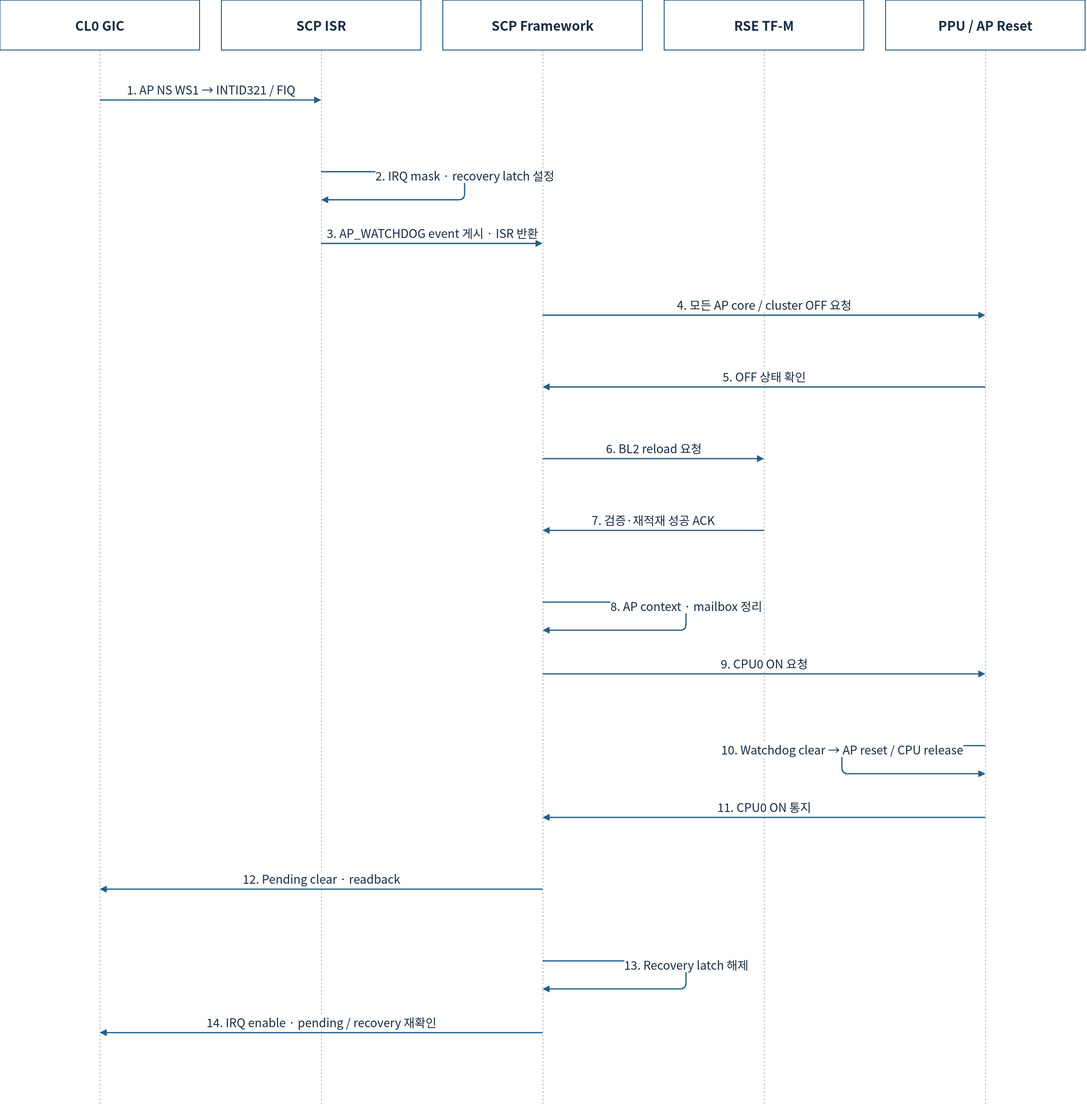
The draw.io diagram doc/phase1/watchdog/diagrams/11-recovery-sequence.drawio.svg in cometzero/project-apollo, before a commit. Source tidied: cells renumbered, new cells last; positions are measured from the earlier drawing's top-left corner, leaving out a move shared by most shapes.
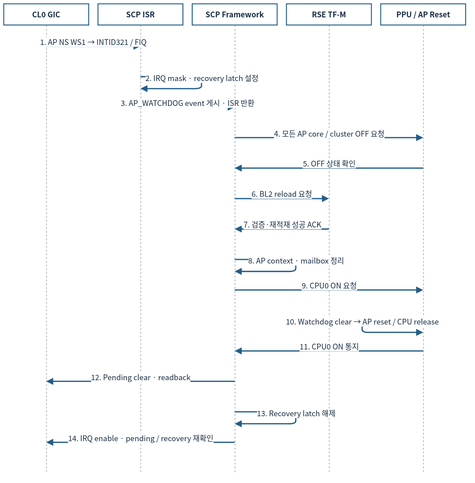
The same diagram one commit later.

Diff of the diagram source:
```diff
@@ -2,163 +2,163 @@
   <root>
     <mxCell id="0" />
     <mxCell id="1" parent="0" />
-    <mxCell id="2" value="CL0 GIC" style="rounded=0;whiteSpace=wrap;html=1;fillColor=#FFFFFF;strokeColor=#235D86;strokeWidth=1.5;fontColor=#172C43;fontFamily=Noto Sans CJK KR;fontSize=22;spacing=10;fontSize=21;fontStyle=1;" parent="1" vertex="1">
-      <mxGeometry width="320" height="80" as="geometry" />
+    <mxCell id="2" value="CL0 GIC" style="rounded=0;whiteSpace=wrap;html=1;fillColor=#FFFFFF;strokeColor=#235D86;strokeWidth=1.5;fontColor=#172C43;fontFamily=Noto Sans CJK KR;fontStyle=1;fontSize=12;spacing=3;whiteSpace=wrap;" parent="1" vertex="1">
+      <mxGeometry x="-18" y="-128" width="136.1" height="34" as="geometry" />
     </mxCell>
-    <mxCell id="3" style="endArrow=none;dashed=1;strokeColor=#94A3B8;" parent="1" edge="1">
+    <mxCell id="3" style="endArrow=none;dashed=1;strokeColor=#94A3B8;fontSize=12;spacing=3;whiteSpace=nowrap;" parent="1" edge="1">
       <mxGeometry relative="1" as="geometry">
-        <mxPoint x="160" y="80" as="sourcePoint" />
-        <mxPoint x="160" y="1770" as="targetPoint" />
+        <mxPoint x="50" y="-94" as="sourcePoint" />
+        <mxPoint x="50" y="624.8" as="targetPoint" />
       </mxGeometry>
     </mxCell>
-    <mxCell id="4" value="SCP ISR" style="rounded=0;whiteSpace=wrap;html=1;fillColor=#FFFFFF;strokeColor=#235D86;strokeWidth=1.5;fontColor=#172C43;fontFamily=Noto Sans CJK KR;fontSize=22;spacing=10;fontSize=21;fontStyle=1;" parent="1" vertex="1">
-      <mxGeometry x="355" width="320" height="80" as="geometry" />
+    <mxCell id="4" value="SCP ISR" style="rounded=0;whiteSpace=wrap;html=1;fillColor=#FFFFFF;strokeColor=#235D86;strokeWidth=1.5;fontColor=#172C43;fontFamily=Noto Sans CJK KR;fontStyle=1;fontSize=12;spacing=3;whiteSpace=wrap;" parent="1" vertex="1">
+      <mxGeometry x="133" y="-128" width="136.1" height="34" as="geometry" />
     </mxCell>
-    <mxCell id="5" style="endArrow=none;dashed=1;strokeColor=#94A3B8;" parent="1" edge="1">
+    <mxCell id="5" style="endArrow=none;dashed=1;strokeColor=#94A3B8;fontSize=12;spacing=3;whiteSpace=nowrap;" parent="1" edge="1">
       <mxGeometry relative="1" as="geometry">
-        <mxPoint x="515" y="80" as="sourcePoint" />
-        <mxPoint x="515" y="1770" as="targetPoint" />
+        <mxPoint x="201" y="-94" as="sourcePoint" />
+        <mxPoint x="201" y="624.8" as="targetPoint" />
       </mxGeometry>
     </mxCell>
-    <mxCell id="6" value="SCP Framework" style="rounded=0;whiteSpace=wrap;html=1;fillColor=#FFFFFF;strokeColor=#235D86;strokeWidth=1.5;fontColor=#172C43;fontFamily=Noto Sans CJK KR;fontSize=22;spacing=10;fontSize=21;fontStyle=1;" parent="1" vertex="1">
-      <mxGeometry x="710" width="320" height="80" as="geometry" />
+    <mxCell id="6" value="SCP Framework" style="rounded=0;whiteSpace=wrap;html=1;fillColor=#FFFFFF;strokeColor=#235D86;strokeWidth=1.5;fontColor=#172C43;fontFamily=Noto Sans CJK KR;fontStyle=1;fontSize=12;spacing=3;whiteSpace=wrap;" parent="1" vertex="1">
+      <mxGeometry x="283.9" y="-128" width="136.1" height="34" as="geometry" />
     </mxCell>
-    <mxCell id="7" style="endArrow=none;dashed=1;strokeColor=#94A3B8;" parent="1" edge="1">
+    <mxCell id="7" style="endArrow=none;dashed=1;strokeColor=#94A3B8;fontSize=12;spacing=3;whiteSpace=nowrap;" parent="1" edge="1">
       <mxGeometry relative="1" as="geometry">
-        <mxPoint x="870" y="80" as="sourcePoint" />
-        <mxPoint x="870" y="1770" as="targetPoint" />
+        <mxPoint x="352" y="-94" as="sourcePoint" />
+        <mxPoint x="352" y="624.8" as="targetPoint" />
       </mxGeometry>
     </mxCell>
-    <mxCell id="8" value="RSE TF-M" style="rounded=0;whiteSpace=wrap;html=1;fillColor=#FFFFFF;strokeColor=#235D86;strokeWidth=1.5;fontColor=#172C43;fontFamily=Noto Sans CJK KR;fontSize=22;spacing=10;fontSize=21;fontStyle=1;" parent="1" vertex="1">
-      <mxGeometry x="1065" width="320" height="80" as="geometry" />
+    <mxCell id="8" value="RSE TF-M" style="rounded=0;whiteSpace=wrap;html=1;fillColor=#FFFFFF;strokeColor=#235D86;strokeWidth=1.5;fontColor=#172C43;fontFamily=Noto Sans CJK KR;fontStyle=1;fontSize=12;spacing=3;whiteSpace=wrap;" parent="1" vertex="1">
+      <mxGeometry x="434.9" y="-128" width="136.1" height="34" as="geometry" />
     </mxCell>
-    <mxCell id="9" style="endArrow=none;dashed=1;strokeColor=#94A3B8;" parent="1" edge="1">
+    <mxCell id="9" style="endArrow=none;dashed=1;strokeColor=#94A3B8;fontSize=12;spacing=3;whiteSpace=nowrap;" parent="1" edge="1">
       <mxGeometry relative="1" as="geometry">
-        <mxPoint x="1225" y="80" as="sourcePoint" />
-        <mxPoint x="1225" y="1770" as="targetPoint" />
+        <mxPoint x="503" y="-94" as="sourcePoint" />
+        <mxPoint x="503" y="624.8" as="targetPoint" />
       </mxGeometry>
     </mxCell>
-    <mxCell id="10" value="PPU / AP Reset" style="rounded=0;whiteSpace=wrap;html=1;fillColor=#FFFFFF;strokeColor=#235D86;strokeWidth=1.5;fontColor=#172C43;fontFamily=Noto Sans CJK KR;fontSize=22;spacing=10;fontSize=21;fontStyle=1;" parent="1" vertex="1">
-      <mxGeometry x="1420" width="320" height="80" as="geometry" />
+    <mxCell id="10" value="PPU / AP Reset" style="rounded=0;whiteSpace=wrap;html=1;fillColor=#FFFFFF;strokeColor=#235D86;strokeWidth=1.5;fontColor=#172C43;fontFamily=Noto Sans CJK KR;fontStyle=1;fontSize=12;spacing=3;whiteSpace=wrap;" parent="1" vertex="1">
+      <mxGeometry x="585.9" y="-128" width="136.1" height="34" as="geometry" />
     </mxCell>
-    <mxCell id="11" style="endArrow=none;dashed=1;strokeColor=#94A3B8;" parent="1" edge="1">
+    <mxCell id="11" style="endArrow=none;dashed=1;strokeColor=#94A3B8;fontSize=12;spacing=3;whiteSpace=nowrap;" parent="1" edge="1">
       <mxGeometry relative="1" as="geometry">
-        <mxPoint x="1580" y="80" as="sourcePoint" />
-        <mxPoint x="1580" y="1770" as="targetPoint" />
+        <mxPoint x="654" y="-94" as="sourcePoint" />
+        <mxPoint x="654" y="624.8" as="targetPoint" />
       </mxGeometry>
     </mxCell>
-    <mxCell id="12" value="1. AP NS WS1 → INTID321 / FIQ" style="edgeStyle=none;html=1;endArrow=block;strokeColor=#235D86;strokeWidth=2;fontColor=#172C43;fontFamily=Noto Sans CJK KR;fontSize=19;labelBackgroundColor=#FFFFFF;" parent="1" edge="1">
+    <mxCell id="12" value="1. AP NS WS1 → INTID321 / FIQ" style="edgeStyle=none;html=1;endArrow=block;strokeColor=#235D86;strokeWidth=2;fontColor=#172C43;fontFamily=Noto Sans CJK KR;labelBackgroundColor=#FFFFFF;fontSize=12;spacing=3;whiteSpace=nowrap;" parent="1" edge="1">
       <mxGeometry relative="1" as="geometry">
-        <mxPoint x="160" y="160" as="sourcePoint" />
-        <mxPoint x="515" y="160" as="targetPoint" />
-        <mxPoint y="-17" as="offset" />
+        <mxPoint x="50" y="-60" as="sourcePoint" />
+        <mxPoint x="201" y="-60" as="targetPoint" />
+        <mxPoint y="-7.2" as="offset" />
       </mxGeometry>
     </mxCell>
-    <mxCell id="13" value="2. IRQ mask · recovery latch 설정" style="edgeStyle=none;html=1;endArrow=block;strokeColor=#235D86;strokeWidth=2;fontColor=#172C43;fontFamily=Noto Sans CJK KR;fontSize=19;labelBackgroundColor=#FFFFFF;" parent="1" edge="1">
+    <mxCell id="13" value="2. IRQ mask · recovery latch 설정" style="edgeStyle=none;html=1;endArrow=block;strokeColor=#235D86;strokeWidth=2;fontColor=#172C43;fontFamily=Noto Sans CJK KR;labelBackgroundColor=#FFFFFF;fontSize=12;spacing=3;whiteSpace=nowrap;" parent="1" edge="1">
       <mxGeometry relative="1" as="geometry">
-        <mxPoint x="515" y="275" as="sourcePoint" />
-        <mxPoint x="515" y="320" as="targetPoint" />
+        <mxPoint x="201" y="-11.1" as="sourcePoint" />
+        <mxPoint x="201" y="8.1" as="targetPoint" />
         <Array as="points">
-          <mxPoint x="745" y="275" />
-          <mxPoint x="745" y="320" />
+          <mxPoint x="298.8" y="-11.1" />
+          <mxPoint x="298.8" y="8.1" />
         </Array>
-        <mxPoint y="-17" as="offset" />
+        <mxPoint y="-7.2" as="offset" />
       </mxGeometry>
     </mxCell>
-    <mxCell id="14" value="3. AP_WATCHDOG event 게시 · ISR 반환" style="edgeStyle=none;html=1;endArrow=block;strokeColor=#235D86;strokeWidth=2;fontColor=#172C43;fontFamily=Noto Sans CJK KR;fontSize=19;labelBackgroundColor=#FFFFFF;" parent="1" edge="1">
+    <mxCell id="14" value="3. AP_WATCHDOG event 게시 · ISR 반환" style="edgeStyle=none;html=1;endArrow=block;strokeColor=#235D86;strokeWidth=2;fontColor=#172C43;fontFamily=Noto Sans CJK KR;labelBackgroundColor=#FFFFFF;fontSize=12;spacing=3;whiteSpace=nowrap;" parent="1" edge="1">
       <mxGeometry relative="1" as="geometry">
-        <mxPoint x="515" y="390" as="sourcePoint" />
-        <mxPoint x="870" y="390" as="targetPoint" />
-        <mxPoint y="-17" as="offset" />
+        <mxPoint x="201" y="37.9" as="sourcePoint" />
+        <mxPoint x="352" y="37.9" as="targetPoint" />
+        <mxPoint y="-7.2" as="offset" />
       </mxGeometry>
     </mxCell>
-    <mxCell id="15" value="4. 모든 AP core / cluster OFF 요청" style="edgeStyle=none;html=1;endArrow=block;strokeColor=#235D86;strokeWidth=2;fontColor=#172C43;fontFamily=Noto Sans CJK KR;fontSize=19;labelBackgroundColor=#FFFFFF;" parent="1" edge="1">
+    <mxCell id="15" value="4. 모든 AP core / cluster OFF 요청" style="edgeStyle=none;html=1;endArrow=block;strokeColor=#235D86;strokeWidth=2;fontColor=#172C43;fontFamily=Noto Sans CJK KR;labelBackgroundColor=#FFFFFF;fontSize=12;spacing=3;whiteSpace=nowrap;" parent="1" edge="1">
       <mxGeometry relative="1" as="geometry">
-        <mxPoint x="870" y="505" as="sourcePoint" />
-        <mxPoint x="1580" y="505" as="targetPoint" />
-        <mxPoint y="-17" as="offset" />
+        <mxPoint x="352" y="86.8" as="sourcePoint" />
+        <mxPoint x="654" y="86.8" as="targetPoint" />
+        <mxPoint y="-7.2" as="offset" />
       </mxGeometry>
     </mxCell>
-    <mxCell id="16" value="5. OFF 상태 확인" style="edgeStyle=none;html=1;endArrow=block;strokeColor=#235D86;strokeWidth=2;fontColor=#172C43;fontFamily=Noto Sans CJK KR;fontSize=19;labelBackgroundColor=#FFFFFF;" parent="1" edge="1">
+    <mxCell id="16" value="5. OFF 상태 확인" style="edgeStyle=none;html=1;endArrow=block;strokeColor=#235D86;strokeWidth=2;fontColor=#172C43;fontFamily=Noto Sans CJK KR;labelBackgroundColor=#FFFFFF;fontSize=12;spacing=3;whiteSpace=nowrap;" parent="1" edge="1">
       <mxGeometry relative="1" as="geometry">
-        <mxPoint x="1580" y="620" as="sourcePoint" />
-        <mxPoint x="870" y="620" as="targetPoint" />
-        <mxPoint y="-17" as="offset" />
+        <mxPoint x="654" y="135.7" as="sourcePoint" />
+        <mxPoint x="352" y="135.7" as="targetPoint" />
+        <mxPoint y="-7.2" as="offset" />
       </mxGeometry>
     </mxCell>
-    <mxCell id="17" value="6. BL2 reload 요청" style="edgeStyle=none;html=1;endArrow=block;strokeColor=#235D86;strokeWidth=2;fontColor=#172C43;fontFamily=Noto Sans CJK KR;fontSize=19;labelBackgroundColor=#FFFFFF;" parent="1" edge="1">
+    <mxCell id="17" value="6. BL2 reload 요청" style="edgeStyle=none;html=1;endArrow=block;strokeColor=#235D86;strokeWidth=2;fontColor=#172C43;fontFamily=Noto Sans CJK KR;labelBackgroundColor=#FFFFFF;fontSize=12;spacing=3;whiteSpace=nowrap;" parent="1" edge="1">
       <mxGeometry relative="1" as="geometry">
-        <mxPoint x="870" y="735" as="sourcePoint" />
-        <mxPoint x="1225" y="735" as="targetPoint" />
-        <mxPoint y="-17" as="offset" />
+        <mxPoint x="352" y="184.6" as="sourcePoint" />
+        <mxPoint x="503" y="184.6" as="targetPoint" />
+        <mxPoint y="-7.2" as="offset" />
       </mxGeometry>
     </mxCell>
-    <mxCell id="18" value="7. 검증·재적재 성공 ACK" style="edgeStyle=none;html=1;endArrow=block;strokeColor=#235D86;strokeWidth=2;fontColor=#172C43;fontFamily=Noto Sans CJK KR;fontSize=19;labelBackgroundColor=#FFFFFF;" parent="1" edge="1">
+    <mxCell id="18" value="7. 검증·재적재 성공 ACK" style="edgeStyle=none;html=1;endArrow=block;strokeColor=#235D86;strokeWidth=2;fontColor=#172C43;fontFamily=Noto Sans CJK KR;labelBackgroundColor=#FFFFFF;fontSize=12;spacing=3;whiteSpace=nowrap;" parent="1" edge="1">
       <mxGeometry relative="1" as="geometry">
-        <mxPoint x="1225" y="850" as="sourcePoint" />
-        <mxPoint x="870" y="850" as="targetPoint" />
-        <mxPoint y="-17" as="offset" />
+        <mxPoint x="503" y="233.5" as="sourcePoint" />
+        <mxPoint x="352" y="233.5" as="targetPoint" />
+        <mxPoint y="-7.2" as="offset" />
       </mxGeometry>
     </mxCell>
-    <mxCell id="19" value="8. AP context · mailbox 정리" style="edgeStyle=none;html=1;endArrow=block;strokeColor=#235D86;strokeWidth=2;fontColor=#172C43;fontFamily=Noto Sans CJK KR;fontSize=19;labelBackgroundColor=#FFFFFF;" parent="1" edge="1">
+    <mxCell id="19" value="8. AP context · mailbox 정리" style="edgeStyle=none;html=1;endArrow=block;strokeColor=#235D86;strokeWidth=2;fontColor=#172C43;fontFamily=Noto Sans CJK KR;labelBackgroundColor=#FFFFFF;fontSize=12;spacing=3;whiteSpace=nowrap;" parent="1" edge="1">
       <mxGeometry relative="1" as="geometry">
-        <mxPoint x="870" y="965" as="sourcePoint" />
-        <mxPoint x="870" y="1010" as="targetPoint" />
+        <mxPoint x="352" y="282.4" as="sourcePoint" />
+        <mxPoint x="352" y="301.5" as="targetPoint" />
         <Array as="points">
-          <mxPoint x="1100" y="965" />
-          <mxPoint x="1100" y="1010" />
+          <mxPoint x="449.8" y="282.4" />
+          <mxPoint x="449.8" y="301.5" />
         </Array>
-        <mxPoint y="-17" as="offset" />
+        <mxPoint y="-7.2" as="offset" />
       </mxGeometry>
     </mxCell>
-    <mxCell id="20" value="9. CPU0 ON 요청" style="edgeStyle=none;html=1;endArrow=block;strokeColor=#235D86;strokeWidth=2;fontColor=#172C43;fontFamily=Noto Sans CJK KR;fontSize=19;labelBackgroundColor=#FFFFFF;" parent="1" edge="1">
+    <mxCell id="20" value="9. CPU0 ON 요청" style="edgeStyle=none;html=1;endArrow=block;strokeColor=#235D86;strokeWidth=2;fontColor=#172C43;fontFamily=Noto Sans CJK KR;labelBackgroundColor=#FFFFFF;fontSize=12;spacing=3;whiteSpace=nowrap;" parent="1" edge="1">
       <mxGeometry relative="1" as="geometry">
-        <mxPoint x="870" y="1080" as="sourcePoint" />
-        <mxPoint x="1580" y="1080" as="targetPoint" />
-        <mxPoint y="-17" as="offset" />
+        <mxPoint x="352" y="331.3" as="sourcePoint" />
+        <mxPoint x="654" y="331.3" as="targetPoint" />
+        <mxPoint y="-7.2" as="offset" />
       </mxGeometry>
     </mxCell>
-    <mxCell id="21" value="10. Watchdog clear → AP reset / CPU release" style="edgeStyle=none;html=1;endArrow=block;strokeColor=#235D86;strokeWidth=2;fontColor=#172C43;fontFamily=Noto Sans CJK KR;fontSize=19;labelBackgroundColor=#FFFFFF;" parent="1" edge="1">
+    <mxCell id="21" value="10. Watchdog clear → AP reset / CPU release" style="edgeStyle=none;html=1;endArrow=block;strokeColor=#235D86;strokeWidth=2;fontColor=#172C43;fontFamily=Noto Sans CJK KR;labelBackgroundColor=#FFFFFF;fontSize=12;spacing=3;whiteSpace=nowrap;" parent="1" edge="1">
       <mxGeometry relative="1" as="geometry">
-        <mxPoint x="1580" y="1195" as="sourcePoint" />
-        <mxPoint x="1580" y="1240" as="targetPoint" />
+        <mxPoint x="654" y="380.2" as="sourcePoint" />
+        <mxPoint x="654" y="399.4" as="targetPoint" />
         <Array as="points">
-          <mxPoint x="1350" y="1195" />
-          <mxPoint x="1350" y="1240" />
+          <mxPoint x="556.1" y="380.2" />
+          <mxPoint x="556.1" y="399.4" />
         </Array>
-        <mxPoint y="-17" as="offset" />
+        <mxPoint y="-7.2" as="offset" />
       </mxGeometry>
     </mxCell>
-    <mxCell id="22" value="11. CPU0 ON 통지" style="edgeStyle=none;html=1;endArrow=block;strokeColor=#235D86;strokeWidth=2;fontColor=#172C43;fontFamily=Noto Sans CJK KR;fontSize=19;labelBackgroundColor=#FFFFFF;" parent="1" edge="1">
+    <mxCell id="22" value="11. CPU0 ON 통지" style="edgeStyle=none;html=1;endArrow=block;strokeColor=#235D86;strokeWidth=2;fontColor=#172C43;fontFamily=Noto Sans CJK KR;labelBackgroundColor=#FFFFFF;fontSize=12;spacing=3;whiteSpace=nowrap;" parent="1" edge="1">
       <mxGeometry relative="1" as="geometry">
-        <mxPoint x="1580" y="1310" as="sourcePoint" />
-        <mxPoint x="870" y="1310" as="targetPoint" />
-        <mxPoint y="-17" as="offset" />
+        <mxPoint x="654" y="429.1" as="sourcePoint" />
+        <mxPoint x="352" y="429.1" as="targetPoint" />
+        <mxPoint y="-7.2" as="offset" />
       </mxGeometry>
     </mxCell>
-    <mxCell id="23" value="12. Pending clear · readback" style="edgeStyle=none;html=1;endArrow=block;strokeColor=#235D86;strokeWidth=2;fontColor=#172C43;fontFamily=Noto Sans CJK KR;fontSize=19;labelBackgroundColor=#FFFFFF;" parent="1" edge="1">
+    <mxCell id="23" value="12. Pending clear · readback" style="edgeStyle=none;html=1;endArrow=block;strokeColor=#235D86;strokeWidth=2;fontColor=#172C43;fontFamily=Noto Sans CJK KR;labelBackgroundColor=#FFFFFF;fontSize=12;spacing=3;whiteSpace=nowrap;" parent="1" edge="1">
       <mxGeometry relative="1" as="geometry">
-        <mxPoint x="870" y="1425" as="sourcePoint" />
-        <mxPoint x="160" y="1425" as="targetPoint" />
-        <mxPoint y="-17" as="offset" />
+        <mxPoint x="352" y="478" as="sourcePoint" />
+        <mxPoint x="50" y="478" as="targetPoint" />
+        <mxPoint y="-7.2" as="offset" />
       </mxGeometry>
     </mxCell>
-    <mxCell id="24" value="13. Recovery latch 해제" style="edgeStyle=none;html=1;endArrow=block;strokeColor=#235D86;strokeWidth=2;fontColor=#172C43;fontFamily=Noto Sans CJK KR;fontSize=19;labelBackgroundColor=#FFFFFF;" parent="1" edge="1">
+    <mxCell id="24" value="13. Recovery latch 해제" style="edgeStyle=none;html=1;endArrow=block;strokeColor=#235D86;strokeWidth=2;fontColor=#172C43;fontFamily=Noto Sans CJK KR;labelBackgroundColor=#FFFFFF;fontSize=12;spacing=3;whiteSpace=nowrap;" parent="1" edge="1">
       <mxGeometry relative="1" as="geometry">
-        <mxPoint x="870" y="1540" as="sourcePoint" />
-        <mxPoint x="870" y="1585" as="targetPoint" />
+        <mxPoint x="352" y="526.9" as="sourcePoint" />
+        <mxPoint x="352" y="546.1" as="targetPoint" />
         <Array as="points">
-          <mxPoint x="1100" y="1540" />
-          <mxPoint x="1100" y="1585" />
+          <mxPoint x="449.8" y="526.9" />
+          <mxPoint x="449.8" y="546.1" />
         </Array>
-        <mxPoint y="-17" as="offset" />
+        <mxPoint y="-7.2" as="offset" />
       </mxGeometry>
     </mxCell>
-    <mxCell id="25" value="14. IRQ enable · pending / recovery 재확인" style="edgeStyle=none;html=1;endArrow=block;strokeColor=#235D86;strokeWidth=2;fontColor=#172C43;fontFamily=Noto Sans CJK KR;fontSize=19;labelBackgroundColor=#FFFFFF;" parent="1" edge="1">
+    <mxCell id="25" value="14. IRQ enable · pending / recovery 재확인" style="edgeStyle=none;html=1;endArrow=block;strokeColor=#235D86;strokeWidth=2;fontColor=#172C43;fontFamily=Noto Sans CJK KR;labelBackgroundColor=#FFFFFF;fontSize=12;spacing=3;whiteSpace=nowrap;" parent="1" edge="1">
       <mxGeometry relative="1" as="geometry">
-        <mxPoint x="870" y="1655" as="sourcePoint" />
-        <mxPoint x="160" y="1655" as="targetPoint" />
-        <mxPoint y="-17" as="offset" />
+        <mxPoint x="352" y="575.9" as="sourcePoint" />
+        <mxPoint x="50" y="575.9" as="targetPoint" />
+        <mxPoint y="-7.2" as="offset" />
       </mxGeometry>
     </mxCell>
   </root>
```
